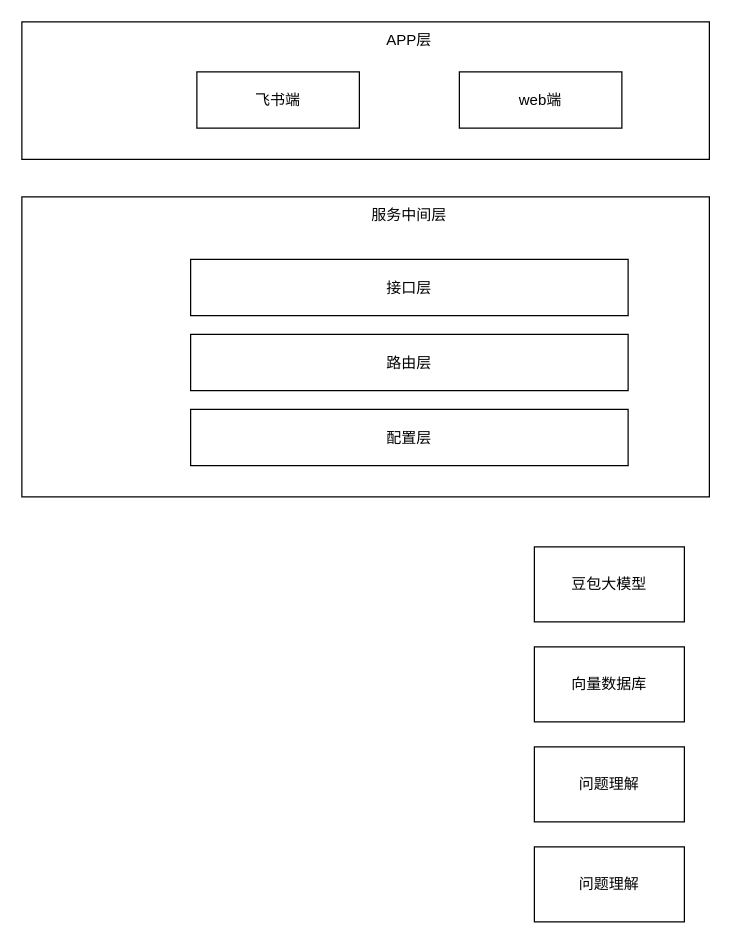
This is llm-找数助手架构.drawio from FlyThroughAir/DrawHere, a draw.io file, before an edit. Source tidied: cells renumbered, new cells numbered last; positions are measured from the earlier drawing's top-left corner, leaving out a move shared by most shapes. Both pictures are drawn from the tidied source at 125%, with x=0, y=0 at pixel (21, 21).
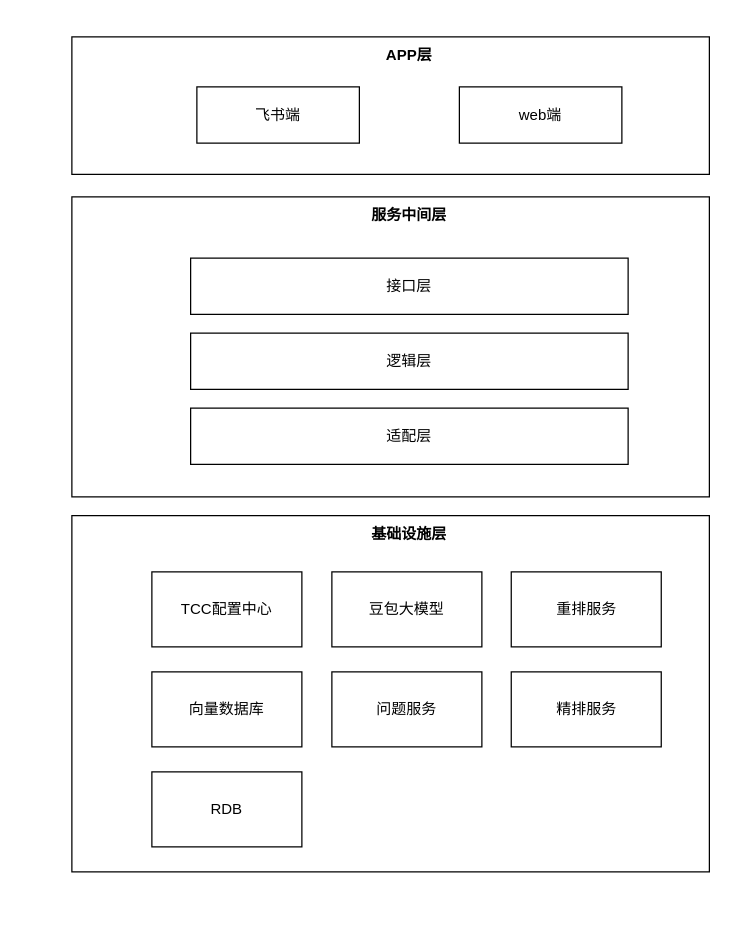
The same diagram, later.

Commit message (it also covers changes not shown here):
更新llm-找数助手架构.drawio

What changed in the source:
```diff
@@
 <mxGraphModel>
   <root>
     <mxCell id="0" />
     <mxCell id="1" parent="0" />
+    <mxCell id="15" style="rounded=0;whiteSpace=wrap;html=1;" parent="1" vertex="1">
+      <mxGeometry x="40" y="395" width="510" height="285" as="geometry" />
+    </mxCell>
     <mxCell id="2" style="rounded=0;whiteSpace=wrap;html=1;" parent="1" vertex="1">
-      <mxGeometry y="140" width="550" height="240" as="geometry" />
+      <mxGeometry x="40" y="140" width="510" height="240" as="geometry" />
     </mxCell>
     <mxCell id="3" style="rounded=0;whiteSpace=wrap;html=1;" parent="1" vertex="1">
-      <mxGeometry width="550" height="110" as="geometry" />
+      <mxGeometry x="40" y="12" width="510" height="110" as="geometry" />
     </mxCell>
-    <mxCell id="4" value="服务中间层" style="text;html=1;align=center;verticalAlign=middle;whiteSpace=wrap;rounded=0;" parent="1" vertex="1">
+    <mxCell id="4" value="服务中间层" style="text;html=1;align=center;verticalAlign=middle;whiteSpace=wrap;rounded=0;fontStyle=1;" parent="1" vertex="1">
       <mxGeometry x="260" y="140" width="100" height="30" as="geometry" />
     </mxCell>
-    <mxCell id="5" value="APP层" style="text;html=1;align=center;verticalAlign=middle;whiteSpace=wrap;rounded=0;" parent="1" vertex="1">
-      <mxGeometry x="280" width="60" height="30" as="geometry" />
+    <mxCell id="5" value="APP层" style="text;html=1;align=center;verticalAlign=middle;whiteSpace=wrap;rounded=0;fontStyle=1;" parent="1" vertex="1">
+      <mxGeometry x="280" y="12" width="60" height="30" as="geometry" />
     </mxCell>
     <mxCell id="6" value="飞书端" style="rounded=0;whiteSpace=wrap;html=1;" parent="1" vertex="1">
-      <mxGeometry x="140" y="40" width="130" height="45" as="geometry" />
+      <mxGeometry x="140" y="52" width="130" height="45" as="geometry" />
     </mxCell>
     <mxCell id="7" value="web端" style="rounded=0;whiteSpace=wrap;html=1;" parent="1" vertex="1">
-      <mxGeometry x="350" y="40" width="130" height="45" as="geometry" />
+      <mxGeometry x="350" y="52" width="130" height="45" as="geometry" />
     </mxCell>
     <mxCell id="8" value="接口层" style="rounded=0;whiteSpace=wrap;html=1;" parent="1" vertex="1">
-      <mxGeometry x="135" y="190" width="350" height="45" as="geometry" />
+      <mxGeometry x="135" y="189" width="350" height="45" as="geometry" />
     </mxCell>
-    <mxCell id="9" value="路由层" style="rounded=0;whiteSpace=wrap;html=1;" parent="1" vertex="1">
-      <mxGeometry x="135" y="250" width="350" height="45" as="geometry" />
+    <mxCell id="9" value="逻辑层" style="rounded=0;whiteSpace=wrap;html=1;" parent="1" vertex="1">
+      <mxGeometry x="135" y="249" width="350" height="45" as="geometry" />
     </mxCell>
-    <mxCell id="10" value="配置层" style="rounded=0;whiteSpace=wrap;html=1;" parent="1" vertex="1">
-      <mxGeometry x="135" y="310" width="350" height="45" as="geometry" />
+    <mxCell id="10" value="适配层" style="rounded=0;whiteSpace=wrap;html=1;" parent="1" vertex="1">
+      <mxGeometry x="135" y="309" width="350" height="45" as="geometry" />
     </mxCell>
-    <mxCell id="11" value="问题理解" style="rounded=0;whiteSpace=wrap;html=1;" parent="1" vertex="1">
-      <mxGeometry x="410" y="580" width="120" height="60" as="geometry" />
+    <mxCell id="11" value="问题服务" style="rounded=0;whiteSpace=wrap;html=1;" parent="1" vertex="1">
+      <mxGeometry x="248" y="520" width="120" height="60" as="geometry" />
     </mxCell>
     <mxCell id="12" value="豆包大模型" style="rounded=0;whiteSpace=wrap;html=1;" parent="1" vertex="1">
-      <mxGeometry x="410" y="420" width="120" height="60" as="geometry" />
+      <mxGeometry x="248" y="440" width="120" height="60" as="geometry" />
     </mxCell>
     <mxCell id="13" value="向量数据库" style="rounded=0;whiteSpace=wrap;html=1;" parent="1" vertex="1">
-      <mxGeometry x="410" y="500" width="120" height="60" as="geometry" />
+      <mxGeometry x="104" y="520" width="120" height="60" as="geometry" />
     </mxCell>
-    <mxCell id="14" value="问题理解" style="rounded=0;whiteSpace=wrap;html=1;" parent="1" vertex="1">
-      <mxGeometry x="410" y="660" width="120" height="60" as="geometry" />
+    <mxCell id="14" value="重排服务" style="rounded=0;whiteSpace=wrap;html=1;" parent="1" vertex="1">
+      <mxGeometry x="391.5" y="440" width="120" height="60" as="geometry" />
     </mxCell>
+    <mxCell id="16" value="TCC配置中心" style="rounded=0;whiteSpace=wrap;html=1;" parent="1" vertex="1">
+      <mxGeometry x="104" y="440" width="120" height="60" as="geometry" />
+    </mxCell>
+    <mxCell id="17" value="RDB" style="rounded=0;whiteSpace=wrap;html=1;" parent="1" vertex="1">
+      <mxGeometry x="104" y="600" width="120" height="60" as="geometry" />
+    </mxCell>
+    <mxCell id="18" value="精排服务" style="rounded=0;whiteSpace=wrap;html=1;" parent="1" vertex="1">
+      <mxGeometry x="391.5" y="520" width="120" height="60" as="geometry" />
+    </mxCell>
+    <mxCell id="19" value="基础设施层" style="text;html=1;align=center;verticalAlign=middle;whiteSpace=wrap;rounded=0;fontStyle=1;" parent="1" vertex="1">
+      <mxGeometry x="260" y="395" width="100" height="30" as="geometry" />
+    </mxCell>
   </root>
 </mxGraphModel>
```
